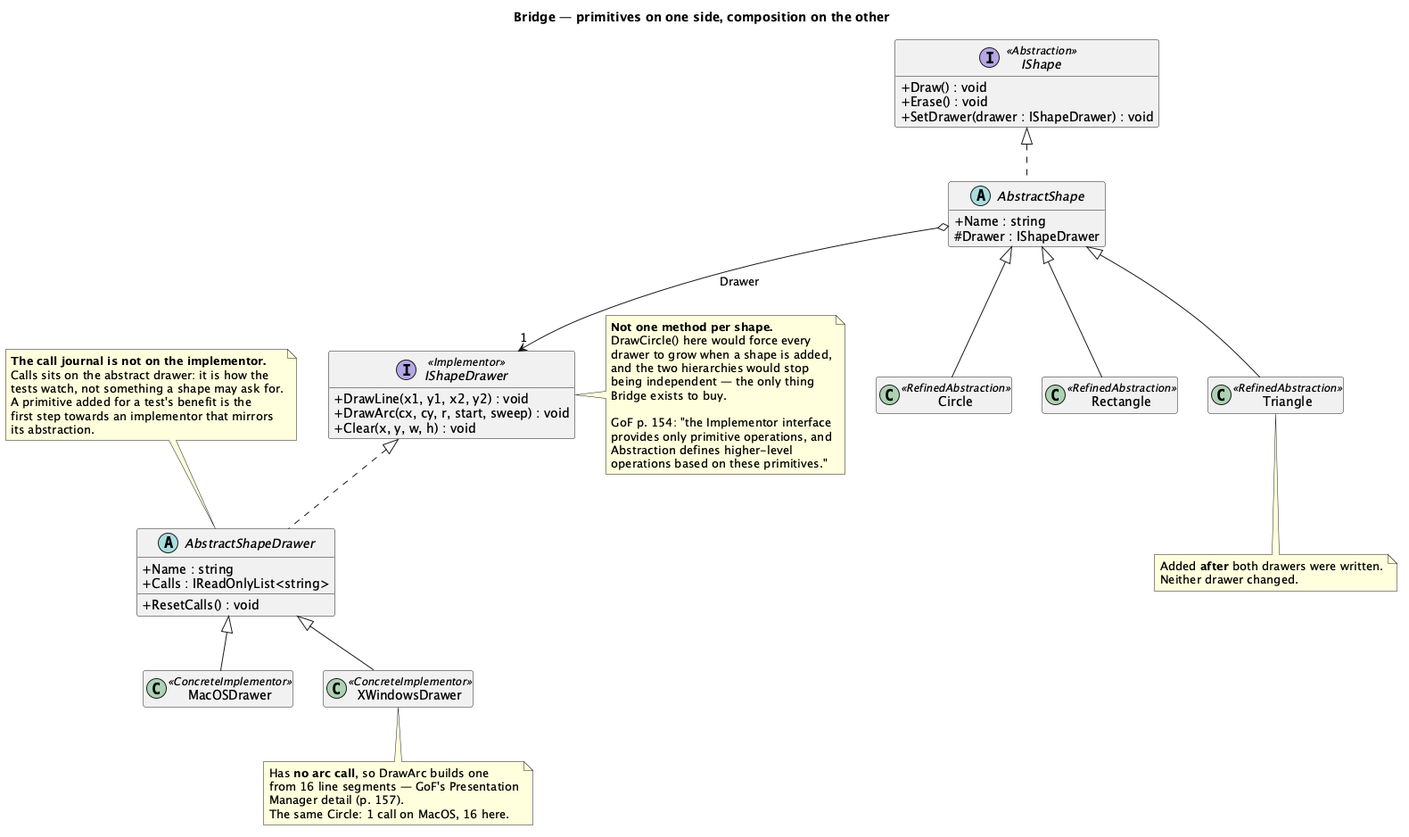
This is Bridge/src/Bridge/Shape/Solution/uml/Bridge - Shape (Pattern) - Class Diagram.png from kaldiroglu/DesignPatternsWithCSharp, a PlantUML export, as it was before one commit. Its source is kept beside it as Bridge/src/Bridge/Shape/Solution/uml/Bridge - Shape (Pattern) - Class Diagram.puml.
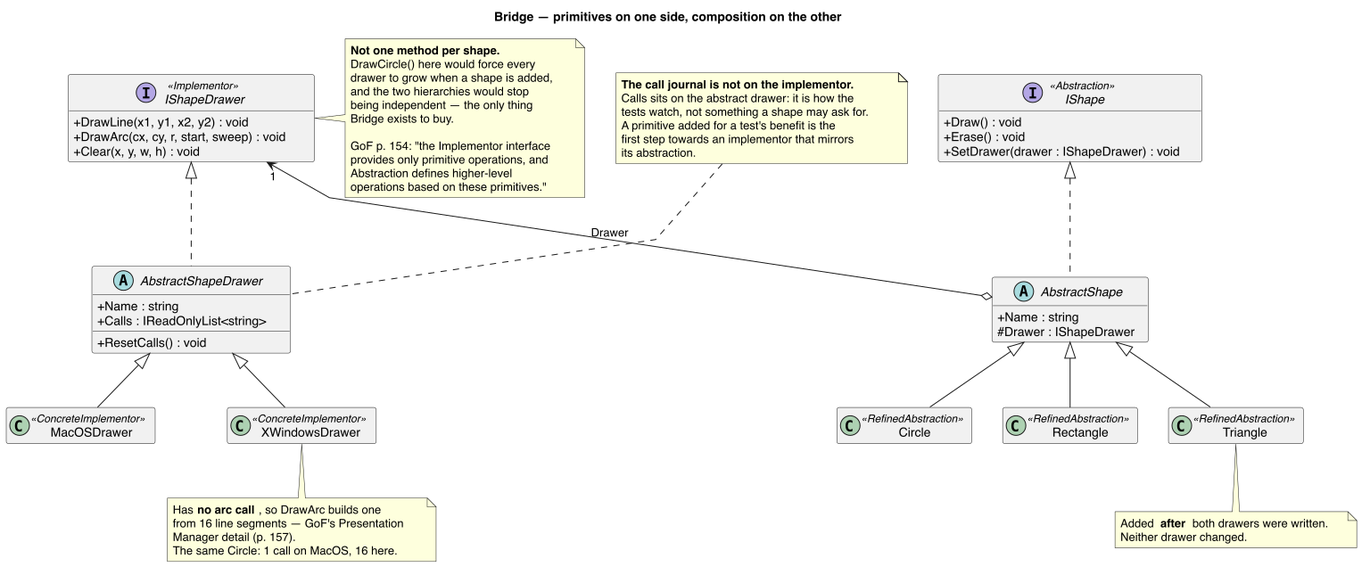
Above is the later version.

Diff of the diagram source:
```diff
@@ -1,4 +1,12 @@
 @startuml "Bridge - Shape (Pattern) - Class Diagram"
+skinparam linetype polyline
+skinparam class {
+  BackgroundColor<<spacer>> transparent
+  BorderColor<<spacer>> transparent
+  FontColor<<spacer>> transparent
+}
+hide <<spacer>> stereotype
+hide <<spacer>> circle
 skinparam classAttributeIconSize 0
 hide empty members
 title Bridge — primitives on one side, composition on the other
@@ -38,7 +46,6 @@
 AbstractShape <|-- Circle
 AbstractShape <|-- Rectangle
 AbstractShape <|-- Triangle
-AbstractShape o--> "1" IShapeDrawer : Drawer
 IShapeDrawer <|.. AbstractShapeDrawer
 AbstractShapeDrawer <|-- MacOSDrawer
 AbstractShapeDrawer <|-- XWindowsDrawer
@@ -77,6 +84,16 @@
   first step towards an implementor that mirrors
   its abstraction.
 end note
-N1 .. AbstractShapeDrawer
 
+AbstractShape -[hidden]- Rectangle
+AbstractShape -[hidden]- Rectangle
+Circle -[hidden]right- Rectangle
+Rectangle -[hidden]right- Triangle
+class " " as Spacer1 <<spacer>>
+AbstractShapeDrawer -[hidden]- Spacer1
+AbstractShapeDrawer -[hidden]- Spacer1
+MacOSDrawer -[hidden]right- Spacer1
+Spacer1 -[hidden]right- XWindowsDrawer
+AbstractShape o-[norank]-> "1" IShapeDrawer : Drawer
+N1 .[norank]. AbstractShapeDrawer
 @enduml
```
